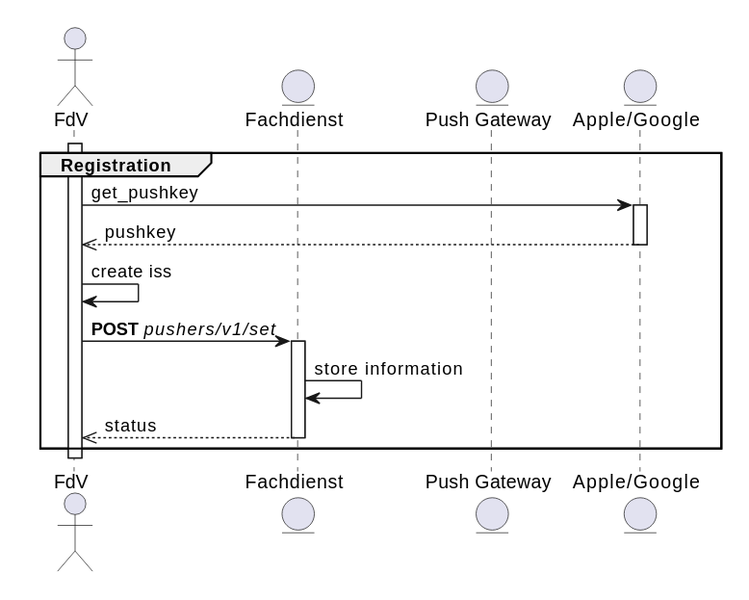
The PlantUML diagram images/diagrams/registration.svg in gematik/gem-push-notifications-concept, before a commit.
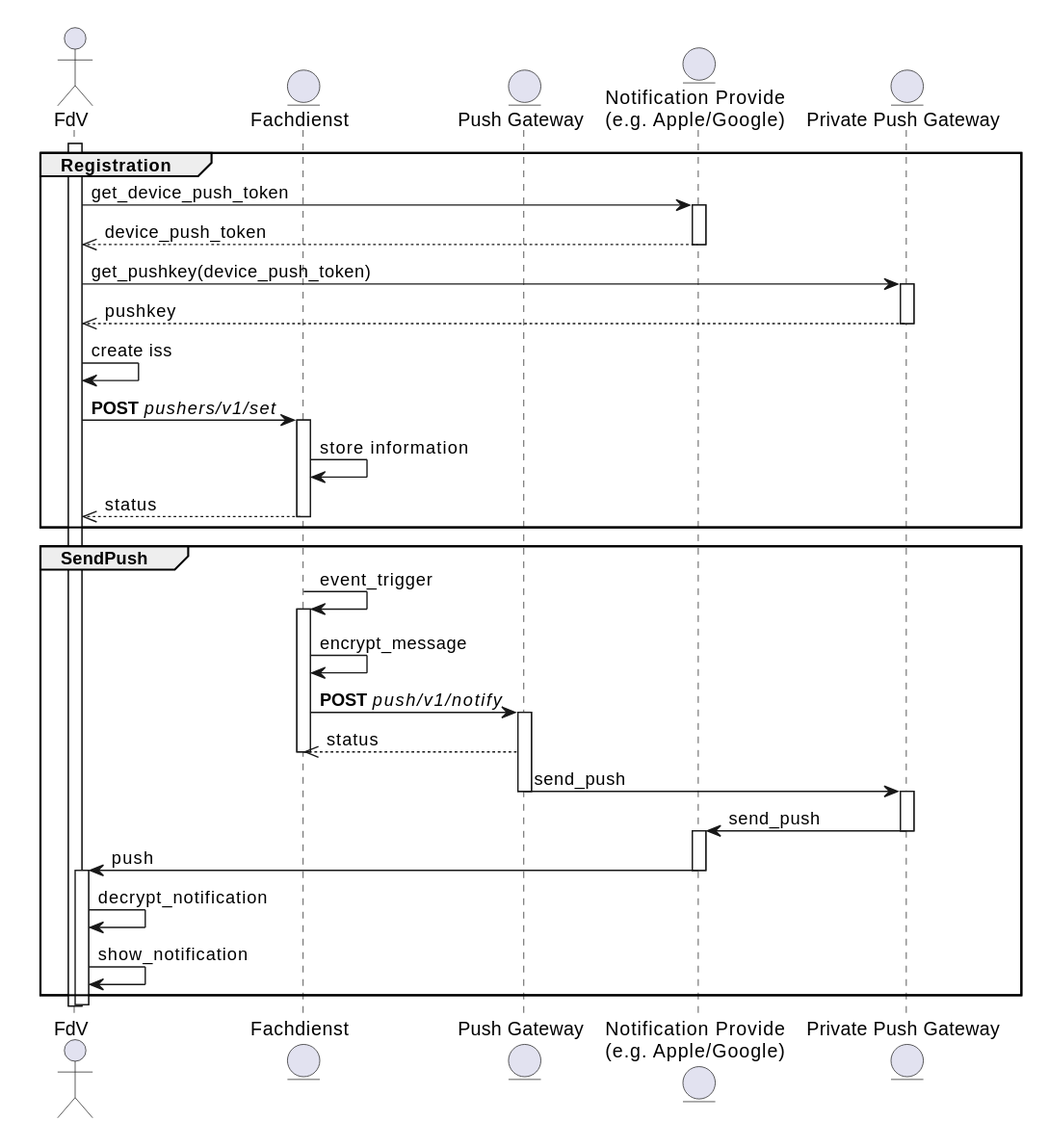
The same file after the commit.

Diff of the diagram source:
```diff
@@ -4,14 +4,22 @@
 actor "FdV" as App
 entity "Fachdienst" as Fachdienst
 entity "Push Gateway" as NotificationService
-entity "Apple/Google" as NotificationProvider
+entity "Notification Provide\n(e.g. Apple/Google)" as NotificationProvider
+
+entity "Private Push Gateway" as PrivateNotificationService
 
 group Registration
     activate App
-    App -> NotificationProvider : get_pushkey
+    App -> NotificationProvider : get_device_push_token
     activate NotificationProvider
-    NotificationProvider -->> App : pushkey
+    NotificationProvider -->> App : device_push_token
     deactivate NotificationProvider
+
+    App -> PrivateNotificationService : get_pushkey(device_push_token)
+    activate PrivateNotificationService
+    PrivateNotificationService -->> App : pushkey
+    deactivate PrivateNotificationService
+
     App -> App : create iss
     App -> Fachdienst : **POST** //pushers/v1/set//
     activate Fachdienst
@@ -19,5 +27,30 @@
     Fachdienst -->> App : status
     deactivate Fachdienst
 end
+
+group SendPush
+    Fachdienst -> Fachdienst : event_trigger
+    activate Fachdienst
+    Fachdienst -> Fachdienst : encrypt_message
+    Fachdienst -> NotificationService : **POST** //push/v1/notify//
+    activate NotificationService
+    NotificationService -->> Fachdienst : status
+    deactivate Fachdienst
+
+    NotificationService -> PrivateNotificationService : send_push
+    deactivate NotificationService
+    activate PrivateNotificationService
+    PrivateNotificationService -> NotificationProvider : send_push
+    deactivate PrivateNotificationService
+
+    activate NotificationProvider
+    NotificationProvider -> App : push
+    deactivate NotificationProvider
+
+    activate App
+    App -> App : decrypt_notification
+    App -> App : show_notification
+end
+
 deactivate App
 @enduml
```
